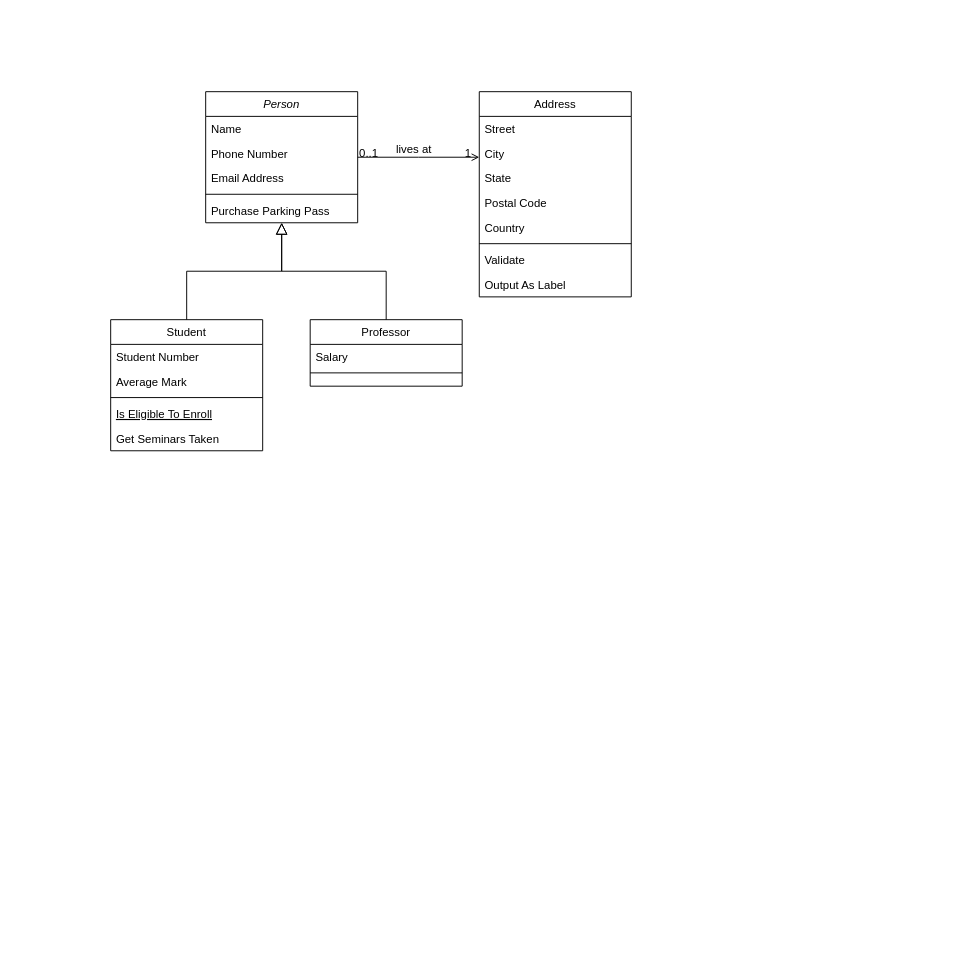
Before: diagrama_classes.drawio in NoheliaEstefhania/Learnify, a draw.io diagram. Source tidied: cells renumbered, new cells numbered last; positions are measured from the earlier drawing's top-left corner, leaving out a move shared by most shapes. Both pictures are drawn from the tidied source at 95%, with x=0, y=0 at pixel (110, 91).
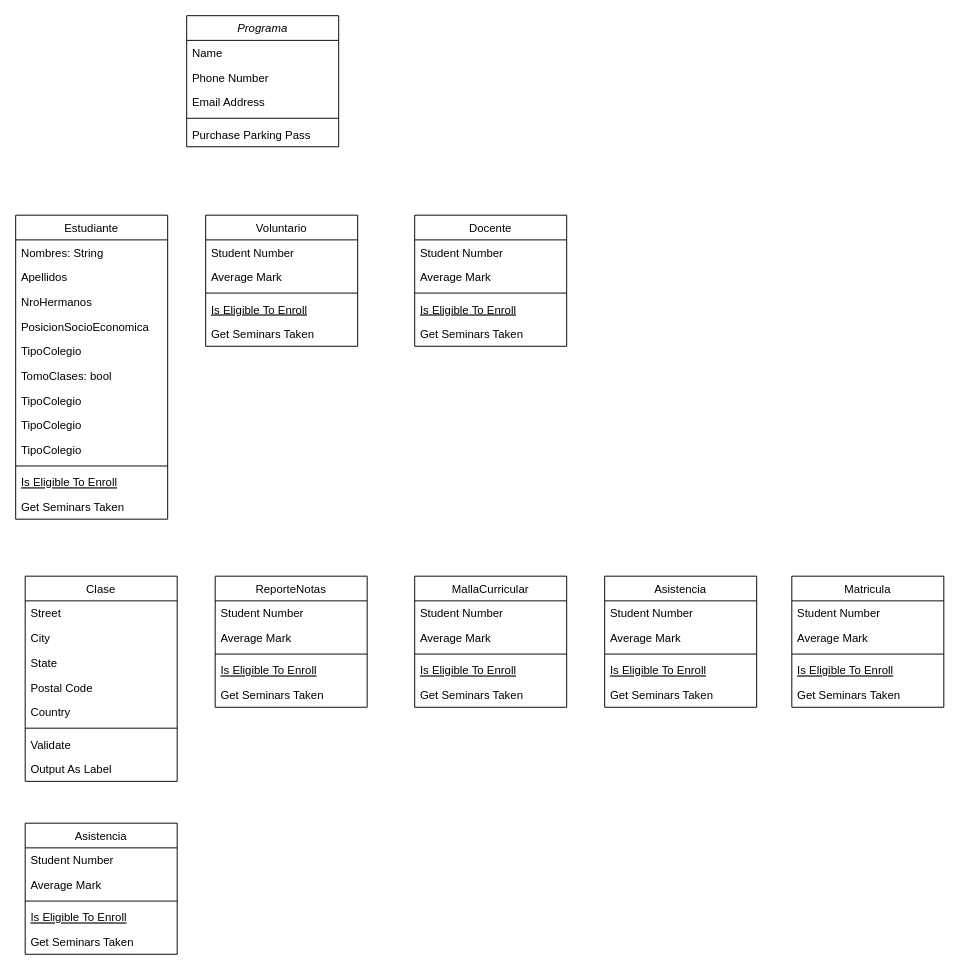
Above is the later version.

What changed in the source:
```diff
@@
-    <mxCell id="2" value="Person" style="swimlane;fontStyle=2;align=center;verticalAlign=top;horizontal=1;startSize=26;rounded=0;shadow=0;strokeWidth=1;" parent="1" vertex="1">
-      <mxGeometry x="100" width="160" height="138" as="geometry" />
+    <mxCell id="2" value="Programa" style="swimlane;fontStyle=2;align=center;verticalAlign=top;horizontal=1;startSize=26;rounded=0;shadow=0;strokeWidth=1;" parent="1" vertex="1">
+      <mxGeometry x="80" y="-80" width="160" height="138" as="geometry" />
     </mxCell>
@@
-    <mxCell id="8" value="Student" style="swimlane;fontStyle=0;align=center;verticalAlign=top;horizontal=1;startSize=26;rounded=0;shadow=0;strokeWidth=1;" parent="1" vertex="1">
-      <mxGeometry y="240" width="160" height="138" as="geometry" />
+    <mxCell id="8" value="Estudiante" style="swimlane;fontStyle=0;align=center;verticalAlign=top;horizontal=1;startSize=26;rounded=0;shadow=0;strokeWidth=1;" parent="1" vertex="1">
+      <mxGeometry x="-100" y="130" width="160" height="320" as="geometry" />
     </mxCell>
-    <mxCell id="9" value="Student Number" style="text;align=left;verticalAlign=top;spacingLeft=4;spacingRight=4;overflow=hidden;" parent="8" vertex="1">
+    <mxCell id="9" value="Nombres: String" style="text;align=left;verticalAlign=top;spacingLeft=4;spacingRight=4;overflow=hidden;" parent="8" vertex="1">
       <mxGeometry y="26" width="160" height="26" as="geometry" />
     </mxCell>
+    <mxCell id="32" value="Apellidos" style="text;align=left;verticalAlign=top;spacingLeft=4;spacingRight=4;overflow=hidden;rounded=0;shadow=0;html=0;" parent="8" vertex="1">
+      <mxGeometry y="52" width="160" height="26" as="geometry" />
+    </mxCell>
+    <mxCell id="33" value="NroHermanos" style="text;align=left;verticalAlign=top;spacingLeft=4;spacingRight=4;overflow=hidden;rounded=0;shadow=0;html=0;" parent="8" vertex="1">
+      <mxGeometry y="78" width="160" height="26" as="geometry" />
+    </mxCell>
+    <mxCell id="34" value="PosicionSocioEconomica" style="text;align=left;verticalAlign=top;spacingLeft=4;spacingRight=4;overflow=hidden;rounded=0;shadow=0;html=0;" parent="8" vertex="1">
+      <mxGeometry y="104" width="160" height="26" as="geometry" />
+    </mxCell>
-    <mxCell id="10" value="Average Mark" style="text;align=left;verticalAlign=top;spacingLeft=4;spacingRight=4;overflow=hidden;rounded=0;shadow=0;html=0;" parent="8" vertex="1">
-      <mxGeometry y="52" width="160" height="26" as="geometry" />
+    <mxCell id="10" value="TipoColegio" style="text;align=left;verticalAlign=top;spacingLeft=4;spacingRight=4;overflow=hidden;rounded=0;shadow=0;html=0;" parent="8" vertex="1">
+      <mxGeometry y="130" width="160" height="26" as="geometry" />
     </mxCell>
+    <mxCell id="35" value="TomoClases: bool" style="text;align=left;verticalAlign=top;spacingLeft=4;spacingRight=4;overflow=hidden;rounded=0;shadow=0;html=0;" parent="8" vertex="1">
+      <mxGeometry y="156" width="160" height="26" as="geometry" />
+    </mxCell>
+    <mxCell id="36" value="TipoColegio" style="text;align=left;verticalAlign=top;spacingLeft=4;spacingRight=4;overflow=hidden;rounded=0;shadow=0;html=0;" parent="8" vertex="1">
+      <mxGeometry y="182" width="160" height="26" as="geometry" />
+    </mxCell>
+    <mxCell id="37" value="TipoColegio" style="text;align=left;verticalAlign=top;spacingLeft=4;spacingRight=4;overflow=hidden;rounded=0;shadow=0;html=0;" parent="8" vertex="1">
+      <mxGeometry y="208" width="160" height="26" as="geometry" />
+    </mxCell>
+    <mxCell id="38" value="TipoColegio" style="text;align=left;verticalAlign=top;spacingLeft=4;spacingRight=4;overflow=hidden;rounded=0;shadow=0;html=0;" parent="8" vertex="1">
+      <mxGeometry y="234" width="160" height="26" as="geometry" />
+    </mxCell>
     <mxCell id="11" style="line;html=1;strokeWidth=1;align=left;verticalAlign=middle;spacingTop=-1;spacingLeft=3;spacingRight=3;labelPosition=right;" parent="8" vertex="1">
-      <mxGeometry y="78" width="160" height="8" as="geometry" />
+      <mxGeometry y="260" width="160" height="8" as="geometry" />
     </mxCell>
     <mxCell id="12" value="Is Eligible To Enroll" style="text;align=left;verticalAlign=top;spacingLeft=4;spacingRight=4;overflow=hidden;fontStyle=4;" parent="8" vertex="1">
-      <mxGeometry y="86" width="160" height="26" as="geometry" />
+      <mxGeometry y="268" width="160" height="26" as="geometry" />
     </mxCell>
     <mxCell id="13" value="Get Seminars Taken" style="text;align=left;verticalAlign=top;spacingLeft=4;spacingRight=4;overflow=hidden;" parent="8" vertex="1">
-      <mxGeometry y="112" width="160" height="26" as="geometry" />
+      <mxGeometry y="294" width="160" height="26" as="geometry" />
     </mxCell>
-    <mxCell id="14" style="endArrow=block;endSize=10;endFill=0;shadow=0;strokeWidth=1;rounded=0;edgeStyle=elbowEdgeStyle;elbow=vertical;" parent="1" edge="1" source="8" target="2">
-      <mxGeometry relative="1" as="geometry" />
-    </mxCell>
-    <mxCell id="15" value="Professor" style="swimlane;fontStyle=0;align=center;verticalAlign=top;horizontal=1;startSize=26;rounded=0;shadow=0;strokeWidth=1;" parent="1" vertex="1">
-      <mxGeometry x="210" y="240" width="160" height="70" as="geometry" />
-    </mxCell>
-    <mxCell id="16" value="Salary" style="text;align=left;verticalAlign=top;spacingLeft=4;spacingRight=4;overflow=hidden;" parent="15" vertex="1">
-      <mxGeometry y="26" width="160" height="26" as="geometry" />
-    </mxCell>
-    <mxCell id="17" style="line;html=1;strokeWidth=1;align=left;verticalAlign=middle;spacingTop=-1;spacingLeft=3;spacingRight=3;labelPosition=right;" parent="15" vertex="1">
-      <mxGeometry y="52" width="160" height="8" as="geometry" />
-    </mxCell>
-    <mxCell id="18" style="endArrow=block;endSize=10;endFill=0;shadow=0;strokeWidth=1;rounded=0;edgeStyle=elbowEdgeStyle;elbow=vertical;" parent="1" edge="1" source="15" target="2">
-      <mxGeometry relative="1" as="geometry" />
-    </mxCell>
-    <mxCell id="19" value="Address" style="swimlane;fontStyle=0;align=center;verticalAlign=top;horizontal=1;startSize=26;rounded=0;shadow=0;strokeWidth=1;" parent="1" vertex="1">
-      <mxGeometry x="388" width="160" height="216" as="geometry" />
+    <mxCell id="19" value="Clase" style="swimlane;fontStyle=0;align=center;verticalAlign=top;horizontal=1;startSize=26;rounded=0;shadow=0;strokeWidth=1;" parent="1" vertex="1">
+      <mxGeometry x="-90" y="510" width="160" height="216" as="geometry" />
     </mxCell>
@@
-    <mxCell id="28" style="endArrow=open;shadow=0;strokeWidth=1;rounded=0;endFill=1;edgeStyle=elbowEdgeStyle;elbow=vertical;" parent="1" edge="1" source="2" target="19">
-      <mxGeometry x="0.5" y="41" relative="1" as="geometry">
-        <mxPoint x="-40" y="32" as="offset" />
-      </mxGeometry>
-    </mxCell>
-    <mxCell id="29" value="0..1" style="align=left;verticalAlign=bottom;labelBackgroundColor=none;fontSize=12;" parent="28" vertex="1">
-      <mxGeometry x="-1" relative="1" as="geometry">
-        <mxPoint y="4" as="offset" />
-      </mxGeometry>
-    </mxCell>
-    <mxCell id="30" value="1" style="align=right;verticalAlign=bottom;labelBackgroundColor=none;fontSize=12;" parent="28" vertex="1">
-      <mxGeometry x="1" relative="1" as="geometry">
-        <mxPoint x="-7" y="4" as="offset" />
-      </mxGeometry>
-    </mxCell>
-    <mxCell id="31" value="lives at" style="text;html=1;align=center;verticalAlign=middle;labelBackgroundColor=none;rounded=0;shadow=0;strokeWidth=1;fontSize=12;" parent="28" vertex="1">
-      <mxGeometry x="0.5" y="49" relative="1" as="geometry">
-        <mxPoint x="-38" y="40" as="offset" />
-      </mxGeometry>
-    </mxCell>
+    <mxCell id="39" value="Voluntario" style="swimlane;fontStyle=0;align=center;verticalAlign=top;horizontal=1;startSize=26;rounded=0;shadow=0;strokeWidth=1;" parent="1" vertex="1">
+      <mxGeometry x="100" y="130" width="160" height="138" as="geometry" />
+    </mxCell>
+    <mxCell id="40" value="Student Number" style="text;align=left;verticalAlign=top;spacingLeft=4;spacingRight=4;overflow=hidden;" parent="39" vertex="1">
+      <mxGeometry y="26" width="160" height="26" as="geometry" />
+    </mxCell>
+    <mxCell id="41" value="Average Mark" style="text;align=left;verticalAlign=top;spacingLeft=4;spacingRight=4;overflow=hidden;rounded=0;shadow=0;html=0;" parent="39" vertex="1">
+      <mxGeometry y="52" width="160" height="26" as="geometry" />
+    </mxCell>
+    <mxCell id="42" style="line;html=1;strokeWidth=1;align=left;verticalAlign=middle;spacingTop=-1;spacingLeft=3;spacingRight=3;labelPosition=right;" parent="39" vertex="1">
+      <mxGeometry y="78" width="160" height="8" as="geometry" />
+    </mxCell>
+    <mxCell id="43" value="Is Eligible To Enroll" style="text;align=left;verticalAlign=top;spacingLeft=4;spacingRight=4;overflow=hidden;fontStyle=4;" parent="39" vertex="1">
+      <mxGeometry y="86" width="160" height="26" as="geometry" />
+    </mxCell>
+    <mxCell id="44" value="Get Seminars Taken" style="text;align=left;verticalAlign=top;spacingLeft=4;spacingRight=4;overflow=hidden;" parent="39" vertex="1">
+      <mxGeometry y="112" width="160" height="26" as="geometry" />
+    </mxCell>
+    <mxCell id="45" value="Docente" style="swimlane;fontStyle=0;align=center;verticalAlign=top;horizontal=1;startSize=26;rounded=0;shadow=0;strokeWidth=1;" parent="1" vertex="1">
+      <mxGeometry x="320" y="130" width="160" height="138" as="geometry" />
+    </mxCell>
+    <mxCell id="46" value="Student Number" style="text;align=left;verticalAlign=top;spacingLeft=4;spacingRight=4;overflow=hidden;" parent="45" vertex="1">
+      <mxGeometry y="26" width="160" height="26" as="geometry" />
+    </mxCell>
+    <mxCell id="47" value="Average Mark" style="text;align=left;verticalAlign=top;spacingLeft=4;spacingRight=4;overflow=hidden;rounded=0;shadow=0;html=0;" parent="45" vertex="1">
+      <mxGeometry y="52" width="160" height="26" as="geometry" />
+    </mxCell>
+    <mxCell id="48" style="line;html=1;strokeWidth=1;align=left;verticalAlign=middle;spacingTop=-1;spacingLeft=3;spacingRight=3;labelPosition=right;" parent="45" vertex="1">
+      <mxGeometry y="78" width="160" height="8" as="geometry" />
+    </mxCell>
+    <mxCell id="49" value="Is Eligible To Enroll" style="text;align=left;verticalAlign=top;spacingLeft=4;spacingRight=4;overflow=hidden;fontStyle=4;" parent="45" vertex="1">
+      <mxGeometry y="86" width="160" height="26" as="geometry" />
+    </mxCell>
+    <mxCell id="50" value="Get Seminars Taken" style="text;align=left;verticalAlign=top;spacingLeft=4;spacingRight=4;overflow=hidden;" parent="45" vertex="1">
+      <mxGeometry y="112" width="160" height="26" as="geometry" />
+    </mxCell>
+    <mxCell id="51" value="ReporteNotas" style="swimlane;fontStyle=0;align=center;verticalAlign=top;horizontal=1;startSize=26;rounded=0;shadow=0;strokeWidth=1;" parent="1" vertex="1">
+      <mxGeometry x="110" y="510" width="160" height="138" as="geometry" />
+    </mxCell>
+    <mxCell id="52" value="Student Number" style="text;align=left;verticalAlign=top;spacingLeft=4;spacingRight=4;overflow=hidden;" parent="51" vertex="1">
+      <mxGeometry y="26" width="160" height="26" as="geometry" />
+    </mxCell>
+    <mxCell id="53" value="Average Mark" style="text;align=left;verticalAlign=top;spacingLeft=4;spacingRight=4;overflow=hidden;rounded=0;shadow=0;html=0;" parent="51" vertex="1">
+      <mxGeometry y="52" width="160" height="26" as="geometry" />
+    </mxCell>
+    <mxCell id="54" style="line;html=1;strokeWidth=1;align=left;verticalAlign=middle;spacingTop=-1;spacingLeft=3;spacingRight=3;labelPosition=right;" parent="51" vertex="1">
+      <mxGeometry y="78" width="160" height="8" as="geometry" />
+    </mxCell>
+    <mxCell id="55" value="Is Eligible To Enroll" style="text;align=left;verticalAlign=top;spacingLeft=4;spacingRight=4;overflow=hidden;fontStyle=4;" parent="51" vertex="1">
+      <mxGeometry y="86" width="160" height="26" as="geometry" />
+    </mxCell>
+    <mxCell id="56" value="Get Seminars Taken" style="text;align=left;verticalAlign=top;spacingLeft=4;spacingRight=4;overflow=hidden;" parent="51" vertex="1">
+      <mxGeometry y="112" width="160" height="26" as="geometry" />
+    </mxCell>
+    <mxCell id="57" value="MallaCurricular" style="swimlane;fontStyle=0;align=center;verticalAlign=top;horizontal=1;startSize=26;rounded=0;shadow=0;strokeWidth=1;" parent="1" vertex="1">
+      <mxGeometry x="320" y="510" width="160" height="138" as="geometry" />
+    </mxCell>
+    <mxCell id="58" value="Student Number" style="text;align=left;verticalAlign=top;spacingLeft=4;spacingRight=4;overflow=hidden;" parent="57" vertex="1">
+      <mxGeometry y="26" width="160" height="26" as="geometry" />
+    </mxCell>
+    <mxCell id="59" value="Average Mark" style="text;align=left;verticalAlign=top;spacingLeft=4;spacingRight=4;overflow=hidden;rounded=0;shadow=0;html=0;" parent="57" vertex="1">
+      <mxGeometry y="52" width="160" height="26" as="geometry" />
+    </mxCell>
+    <mxCell id="60" style="line;html=1;strokeWidth=1;align=left;verticalAlign=middle;spacingTop=-1;spacingLeft=3;spacingRight=3;labelPosition=right;" parent="57" vertex="1">
+      <mxGeometry y="78" width="160" height="8" as="geometry" />
+    </mxCell>
+    <mxCell id="61" value="Is Eligible To Enroll" style="text;align=left;verticalAlign=top;spacingLeft=4;spacingRight=4;overflow=hidden;fontStyle=4;" parent="57" vertex="1">
+      <mxGeometry y="86" width="160" height="26" as="geometry" />
+    </mxCell>
+    <mxCell id="62" value="Get Seminars Taken" style="text;align=left;verticalAlign=top;spacingLeft=4;spacingRight=4;overflow=hidden;" parent="57" vertex="1">
+      <mxGeometry y="112" width="160" height="26" as="geometry" />
+    </mxCell>
+    <mxCell id="63" value="Asistencia" style="swimlane;fontStyle=0;align=center;verticalAlign=top;horizontal=1;startSize=26;rounded=0;shadow=0;strokeWidth=1;" parent="1" vertex="1">
+      <mxGeometry x="520" y="510" width="160" height="138" as="geometry" />
+    </mxCell>
+    <mxCell id="64" value="Student Number" style="text;align=left;verticalAlign=top;spacingLeft=4;spacingRight=4;overflow=hidden;" parent="63" vertex="1">
+      <mxGeometry y="26" width="160" height="26" as="geometry" />
+    </mxCell>
+    <mxCell id="65" value="Average Mark" style="text;align=left;verticalAlign=top;spacingLeft=4;spacingRight=4;overflow=hidden;rounded=0;shadow=0;html=0;" parent="63" vertex="1">
+      <mxGeometry y="52" width="160" height="26" as="geometry" />
+    </mxCell>
+    <mxCell id="66" style="line;html=1;strokeWidth=1;align=left;verticalAlign=middle;spacingTop=-1;spacingLeft=3;spacingRight=3;labelPosition=right;" parent="63" vertex="1">
+      <mxGeometry y="78" width="160" height="8" as="geometry" />
+    </mxCell>
+    <mxCell id="67" value="Is Eligible To Enroll" style="text;align=left;verticalAlign=top;spacingLeft=4;spacingRight=4;overflow=hidden;fontStyle=4;" parent="63" vertex="1">
+      <mxGeometry y="86" width="160" height="26" as="geometry" />
+    </mxCell>
+    <mxCell id="68" value="Get Seminars Taken" style="text;align=left;verticalAlign=top;spacingLeft=4;spacingRight=4;overflow=hidden;" parent="63" vertex="1">
+      <mxGeometry y="112" width="160" height="26" as="geometry" />
+    </mxCell>
+    <mxCell id="69" value="Asistencia" style="swimlane;fontStyle=0;align=center;verticalAlign=top;horizontal=1;startSize=26;rounded=0;shadow=0;strokeWidth=1;" parent="1" vertex="1">
+      <mxGeometry x="-90" y="770" width="160" height="138" as="geometry" />
+    </mxCell>
+    <mxCell id="70" value="Student Number" style="text;align=left;verticalAlign=top;spacingLeft=4;spacingRight=4;overflow=hidden;" parent="69" vertex="1">
+      <mxGeometry y="26" width="160" height="26" as="geometry" />
+    </mxCell>
+    <mxCell id="71" value="Average Mark" style="text;align=left;verticalAlign=top;spacingLeft=4;spacingRight=4;overflow=hidden;rounded=0;shadow=0;html=0;" parent="69" vertex="1">
+      <mxGeometry y="52" width="160" height="26" as="geometry" />
+    </mxCell>
+    <mxCell id="72" style="line;html=1;strokeWidth=1;align=left;verticalAlign=middle;spacingTop=-1;spacingLeft=3;spacingRight=3;labelPosition=right;" parent="69" vertex="1">
+      <mxGeometry y="78" width="160" height="8" as="geometry" />
+    </mxCell>
+    <mxCell id="73" value="Is Eligible To Enroll" style="text;align=left;verticalAlign=top;spacingLeft=4;spacingRight=4;overflow=hidden;fontStyle=4;" parent="69" vertex="1">
+      <mxGeometry y="86" width="160" height="26" as="geometry" />
+    </mxCell>
+    <mxCell id="74" value="Get Seminars Taken" style="text;align=left;verticalAlign=top;spacingLeft=4;spacingRight=4;overflow=hidden;" parent="69" vertex="1">
+      <mxGeometry y="112" width="160" height="26" as="geometry" />
+    </mxCell>
+    <mxCell id="75" value="Matricula" style="swimlane;fontStyle=0;align=center;verticalAlign=top;horizontal=1;startSize=26;rounded=0;shadow=0;strokeWidth=1;" parent="1" vertex="1">
+      <mxGeometry x="717" y="510" width="160" height="138" as="geometry" />
+    </mxCell>
+    <mxCell id="76" value="Student Number" style="text;align=left;verticalAlign=top;spacingLeft=4;spacingRight=4;overflow=hidden;" parent="75" vertex="1">
+      <mxGeometry y="26" width="160" height="26" as="geometry" />
+    </mxCell>
+    <mxCell id="77" value="Average Mark" style="text;align=left;verticalAlign=top;spacingLeft=4;spacingRight=4;overflow=hidden;rounded=0;shadow=0;html=0;" parent="75" vertex="1">
+      <mxGeometry y="52" width="160" height="26" as="geometry" />
+    </mxCell>
+    <mxCell id="78" style="line;html=1;strokeWidth=1;align=left;verticalAlign=middle;spacingTop=-1;spacingLeft=3;spacingRight=3;labelPosition=right;" parent="75" vertex="1">
+      <mxGeometry y="78" width="160" height="8" as="geometry" />
+    </mxCell>
+    <mxCell id="79" value="Is Eligible To Enroll" style="text;align=left;verticalAlign=top;spacingLeft=4;spacingRight=4;overflow=hidden;fontStyle=4;" parent="75" vertex="1">
+      <mxGeometry y="86" width="160" height="26" as="geometry" />
+    </mxCell>
+    <mxCell id="80" value="Get Seminars Taken" style="text;align=left;verticalAlign=top;spacingLeft=4;spacingRight=4;overflow=hidden;" parent="75" vertex="1">
+      <mxGeometry y="112" width="160" height="26" as="geometry" />
+    </mxCell>
```
